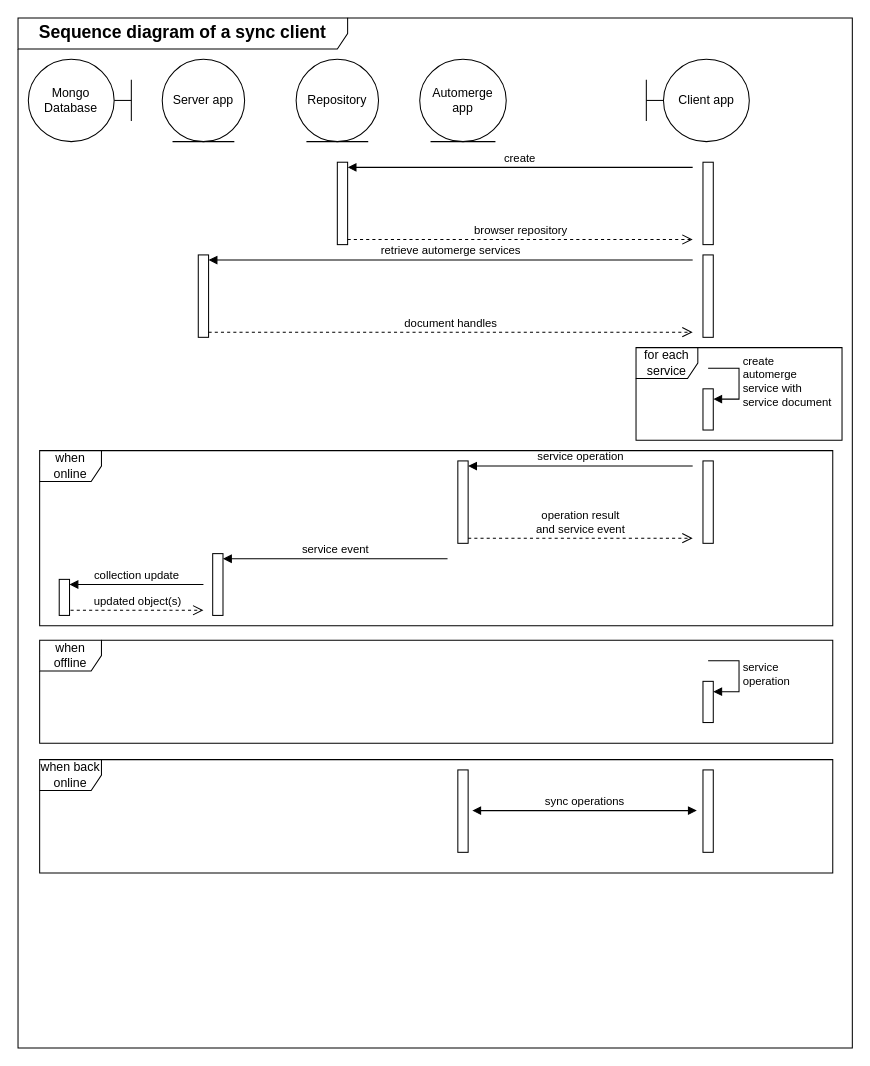
The draw.io diagram page "Sync client sequence diagram" (4 of 4) of diagram.drawio in kalisio/offline-sync, before the edit. Source tidied: cells renumbered, new cells numbered last; positions are measured from the earlier drawing's top-left corner, leaving out a move shared by most shapes. Both pictures are drawn from the tidied source at 103%, with x=0, y=0 at pixel (18, 18).
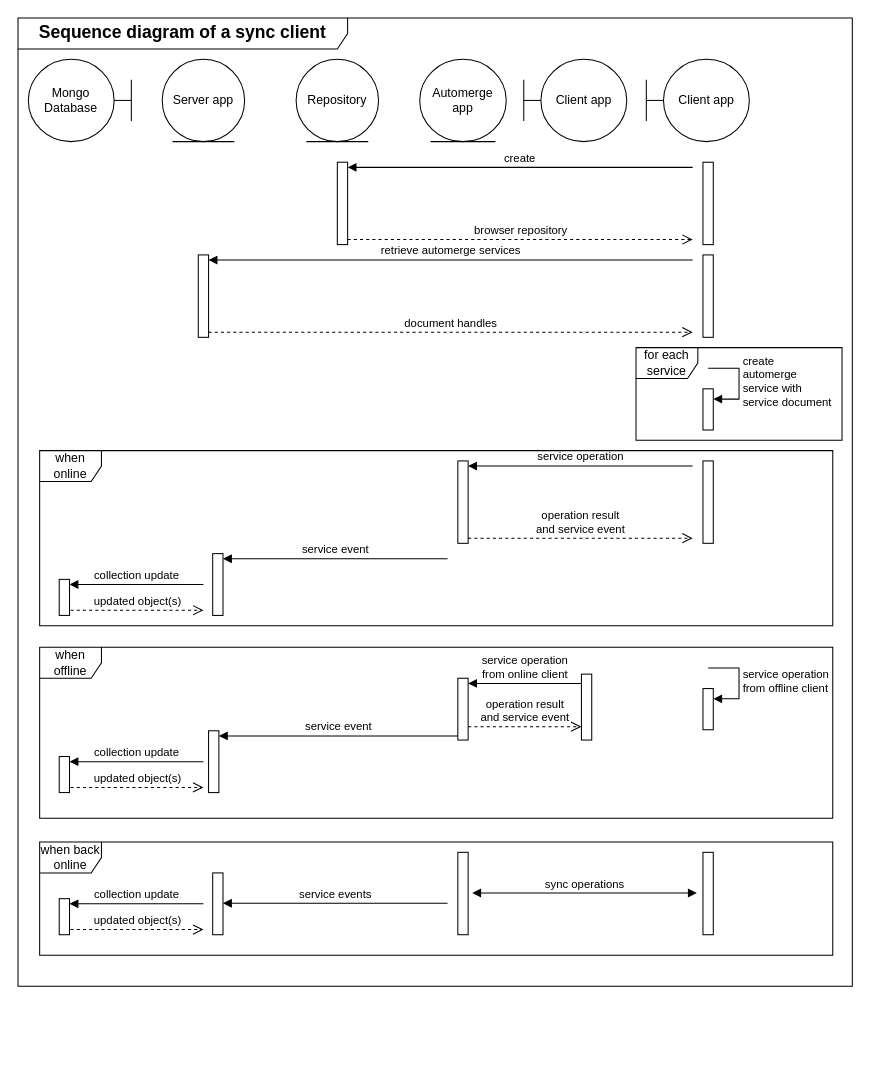
The same page after the edit.

Commit message:
chore: improved diagrams

The edit, as a diff of the source:
```diff
@@
     <mxCell id="23" value="&lt;b&gt;&lt;font style=&quot;font-size: 17px;&quot;&gt;Sequence diagram of a sync client&lt;/font&gt;&lt;/b&gt;" style="shape=umlFrame;whiteSpace=wrap;html=1;width=320;height=30;" parent="1" vertex="1">
-      <mxGeometry width="810" height="1000" as="geometry" />
+      <mxGeometry width="810" height="940" as="geometry" />
     </mxCell>
@@
+    <mxCell id="29" value="when offline" style="shape=umlFrame;whiteSpace=wrap;html=1;" parent="1" vertex="1">
+      <mxGeometry x="21" y="611" width="770" height="166" as="geometry" />
+    </mxCell>
@@
-    <mxCell id="29" value="when offline" style="shape=umlFrame;whiteSpace=wrap;html=1;" parent="1" vertex="1">
-      <mxGeometry x="21" y="604" width="770" height="100" as="geometry" />
-    </mxCell>
     <mxCell id="30" style="html=1;points=[[0,0,0,0,5],[0,1,0,0,-5],[1,0,0,0,5],[1,1,0,0,-5]];perimeter=orthogonalPerimeter;outlineConnect=0;targetShapes=umlLifeline;portConstraint=eastwest;newEdgeStyle={&quot;curved&quot;:0,&quot;rounded&quot;:0};" parent="1" vertex="1">
-      <mxGeometry x="665" y="644" width="10" height="40" as="geometry" />
+      <mxGeometry x="665" y="651" width="10" height="40" as="geometry" />
     </mxCell>
-    <mxCell id="31" value="&lt;span style=&quot;text-align: center;&quot;&gt;service&lt;/span&gt;&lt;div&gt;&lt;span style=&quot;text-align: center;&quot;&gt;operation&lt;/span&gt;&lt;/div&gt;" style="html=1;align=left;spacingLeft=2;endArrow=block;rounded=0;edgeStyle=orthogonalEdgeStyle;curved=0;rounded=0;" parent="1" edge="1" target="30">
+    <mxCell id="31" value="&lt;span style=&quot;text-align: center;&quot;&gt;service&amp;nbsp;&lt;/span&gt;&lt;span style=&quot;text-align: center;&quot;&gt;operation&lt;/span&gt;&lt;div&gt;&lt;span style=&quot;text-align: center;&quot;&gt;from offline client&lt;/span&gt;&lt;/div&gt;" style="html=1;align=left;spacingLeft=2;endArrow=block;rounded=0;edgeStyle=orthogonalEdgeStyle;curved=0;rounded=0;" parent="1" edge="1" target="30">
       <mxGeometry relative="1" as="geometry">
-        <mxPoint x="670" y="624" as="sourcePoint" />
+        <mxPoint x="670" y="631" as="sourcePoint" />
         <Array as="points">
-          <mxPoint x="700" y="654" />
+          <mxPoint x="700" y="661" />
         </Array>
       </mxGeometry>
     </mxCell>
     <mxCell id="32" style="html=1;perimeter=orthogonalPerimeter;targetShapes=umlLifeline;newEdgeStyle={&quot;curved&quot;:0,&quot;rounded&quot;:0};" parent="1" vertex="1">
-      <mxGeometry x="427" y="730" width="10" height="80" as="geometry" />
+      <mxGeometry x="427" y="810" width="10" height="80" as="geometry" />
     </mxCell>
     <mxCell id="33" value="sync operations" style="html=1;verticalAlign=bottom;endArrow=block;curved=0;rounded=0;entryX=1;entryY=0;entryDx=0;entryDy=5;startArrow=block;startFill=1;" parent="1" edge="1">
       <mxGeometry relative="1" as="geometry">
-        <mxPoint x="659" y="769.5" as="sourcePoint" />
-        <mxPoint x="441" y="769.5" as="targetPoint" />
+        <mxPoint x="659" y="849.5" as="sourcePoint" />
+        <mxPoint x="441" y="849.5" as="targetPoint" />
       </mxGeometry>
     </mxCell>
     <mxCell id="34" style="html=1;perimeter=orthogonalPerimeter;targetShapes=umlLifeline;newEdgeStyle={&quot;curved&quot;:0,&quot;rounded&quot;:0};" parent="1" vertex="1">
-      <mxGeometry x="665" y="730" width="10" height="80" as="geometry" />
+      <mxGeometry x="665" y="810" width="10" height="80" as="geometry" />
     </mxCell>
     <mxCell id="35" value="when back online" style="shape=umlFrame;whiteSpace=wrap;html=1;" parent="1" vertex="1">
-      <mxGeometry x="21" y="720" width="770" height="110" as="geometry" />
+      <mxGeometry x="21" y="800" width="770" height="110" as="geometry" />
     </mxCell>
+    <mxCell id="36" style="html=1;points=[[0,0,0,0,5],[0,1,0,0,-5],[1,0,0,0,5],[1,1,0,0,-5]];perimeter=orthogonalPerimeter;outlineConnect=0;targetShapes=umlLifeline;portConstraint=eastwest;newEdgeStyle={&quot;curved&quot;:0,&quot;rounded&quot;:0};" parent="1" vertex="1">
+      <mxGeometry x="427" y="641" width="10" height="60" as="geometry" />
+    </mxCell>
+    <mxCell id="37" value="service operation&lt;br&gt;from online client" style="html=1;verticalAlign=bottom;endArrow=block;curved=0;rounded=0;entryX=1;entryY=0;entryDx=0;entryDy=5;" parent="1" edge="1" source="43" target="36">
+      <mxGeometry relative="1" as="geometry" />
+    </mxCell>
+    <mxCell id="38" style="html=1;points=[[0,0,0,0,5],[0,1,0,0,-5],[1,0,0,0,5],[1,1,0,0,-5]];perimeter=orthogonalPerimeter;outlineConnect=0;targetShapes=umlLifeline;portConstraint=eastwest;newEdgeStyle={&quot;curved&quot;:0,&quot;rounded&quot;:0};" parent="1" vertex="1">
+      <mxGeometry x="40" y="717" width="10" height="35" as="geometry" />
+    </mxCell>
+    <mxCell id="39" value="collection update" style="html=1;verticalAlign=bottom;endArrow=block;curved=0;rounded=0;entryX=1;entryY=0;entryDx=0;entryDy=5;" parent="1" edge="1" target="38">
+      <mxGeometry relative="1" as="geometry">
+        <mxPoint x="180" y="722" as="sourcePoint" />
+      </mxGeometry>
+    </mxCell>
+    <mxCell id="40" value="updated object(s)" style="html=1;verticalAlign=bottom;endArrow=open;dashed=1;endSize=8;curved=0;rounded=0;exitX=1;exitY=1;exitDx=0;exitDy=-5;exitPerimeter=0;" parent="1" edge="1">
+      <mxGeometry relative="1" as="geometry">
+        <mxPoint x="51" y="747" as="sourcePoint" />
+        <mxPoint x="180" y="747" as="targetPoint" />
+      </mxGeometry>
+    </mxCell>
+    <mxCell id="41" value="operation result&lt;br&gt;and service event" style="html=1;verticalAlign=bottom;endArrow=open;dashed=1;endSize=8;curved=0;rounded=0;" parent="1" edge="1" source="36">
+      <mxGeometry relative="1" as="geometry">
+        <mxPoint x="547" y="688" as="targetPoint" />
+      </mxGeometry>
+    </mxCell>
+    <mxCell id="42" value="Client app" style="shape=umlBoundary;whiteSpace=wrap;html=1;" parent="1" vertex="1">
+      <mxGeometry x="491" y="40" width="100" height="80" as="geometry" />
+    </mxCell>
+    <mxCell id="43" style="html=1;points=[[0,0,0,0,5],[0,1,0,0,-5],[1,0,0,0,5],[1,1,0,0,-5]];perimeter=orthogonalPerimeter;outlineConnect=0;targetShapes=umlLifeline;portConstraint=eastwest;newEdgeStyle={&quot;curved&quot;:0,&quot;rounded&quot;:0};" parent="1" vertex="1">
+      <mxGeometry x="547" y="637" width="10" height="64" as="geometry" />
+    </mxCell>
+    <mxCell id="44" style="html=1;perimeter=orthogonalPerimeter;targetShapes=umlLifeline;newEdgeStyle={&quot;curved&quot;:0,&quot;rounded&quot;:0};" parent="1" vertex="1">
+      <mxGeometry x="189" y="830" width="10" height="60" as="geometry" />
+    </mxCell>
+    <mxCell id="45" value="service events" style="html=1;verticalAlign=bottom;endArrow=block;curved=0;rounded=0;entryX=1;entryY=0;entryDx=0;entryDy=5;" parent="1" edge="1">
+      <mxGeometry relative="1" as="geometry">
+        <mxPoint x="417" y="859.5" as="sourcePoint" />
+        <mxPoint x="199" y="859.5" as="targetPoint" />
+      </mxGeometry>
+    </mxCell>
+    <mxCell id="46" style="html=1;points=[[0,0,0,0,5],[0,1,0,0,-5],[1,0,0,0,5],[1,1,0,0,-5]];perimeter=orthogonalPerimeter;outlineConnect=0;targetShapes=umlLifeline;portConstraint=eastwest;newEdgeStyle={&quot;curved&quot;:0,&quot;rounded&quot;:0};" parent="1" vertex="1">
+      <mxGeometry x="40" y="855" width="10" height="35" as="geometry" />
+    </mxCell>
+    <mxCell id="47" value="collection update" style="html=1;verticalAlign=bottom;endArrow=block;curved=0;rounded=0;entryX=1;entryY=0;entryDx=0;entryDy=5;" parent="1" edge="1" target="46">
+      <mxGeometry relative="1" as="geometry">
+        <mxPoint x="180" y="860" as="sourcePoint" />
+      </mxGeometry>
+    </mxCell>
+    <mxCell id="48" value="updated object(s)" style="html=1;verticalAlign=bottom;endArrow=open;dashed=1;endSize=8;curved=0;rounded=0;exitX=1;exitY=1;exitDx=0;exitDy=-5;exitPerimeter=0;" parent="1" edge="1">
+      <mxGeometry relative="1" as="geometry">
+        <mxPoint x="51" y="885" as="sourcePoint" />
+        <mxPoint x="180" y="885" as="targetPoint" />
+      </mxGeometry>
+    </mxCell>
+    <mxCell id="49" style="html=1;points=[[0,0,0,0,5],[0,1,0,0,-5],[1,0,0,0,5],[1,1,0,0,-5]];perimeter=orthogonalPerimeter;outlineConnect=0;targetShapes=umlLifeline;portConstraint=eastwest;newEdgeStyle={&quot;curved&quot;:0,&quot;rounded&quot;:0};" parent="1" vertex="1">
+      <mxGeometry x="185" y="692" width="10" height="60" as="geometry" />
+    </mxCell>
+    <mxCell id="50" value="service event" style="html=1;verticalAlign=bottom;endArrow=block;curved=0;rounded=0;entryX=1;entryY=0;entryDx=0;entryDy=5;" parent="1" edge="1" source="36" target="49">
+      <mxGeometry relative="1" as="geometry" />
+    </mxCell>
```
